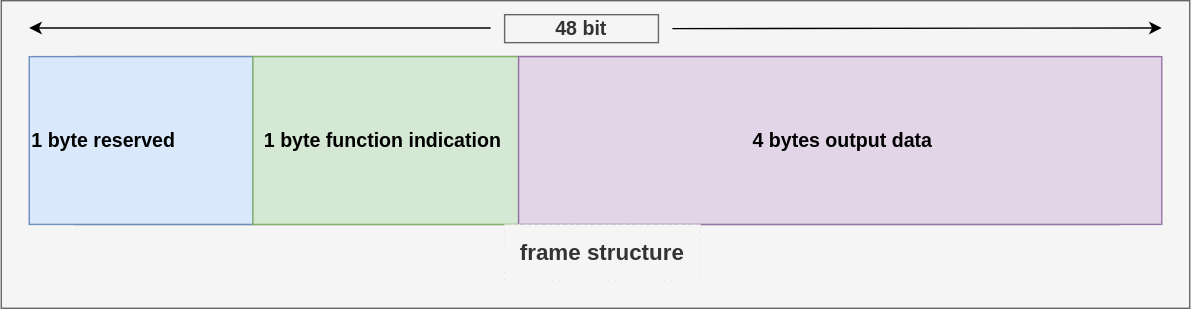
Before: images/output_data_frame_structure.svg, a diagram exported from draw.io (vicharak-in/cordic). Source tidied: cells renumbered, new cells last; positions are measured from the earlier drawing's top-left corner, leaving out a move shared by most shapes. The source it was exported from:
```xml
<mxGraphModel>
  <root>
    <mxCell id="0" />
    <mxCell id="1" parent="0" />
    <mxCell id="2" value="&lt;div&gt;&lt;br&gt;&lt;/div&gt;&lt;div&gt;&lt;br&gt;&lt;/div&gt;&lt;div&gt;&lt;br&gt;&lt;/div&gt;&lt;div&gt;&lt;br&gt;&lt;/div&gt;&lt;div&gt;&lt;br&gt;&lt;/div&gt;&lt;div&gt;&lt;br&gt;&lt;/div&gt;&lt;div&gt;&lt;br&gt;&lt;/div&gt;&lt;div&gt;&lt;br&gt;&lt;/div&gt;&lt;div&gt;frame structure&lt;/div&gt;&lt;div&gt;&lt;br&gt;&lt;/div&gt;" style="rounded=0;whiteSpace=wrap;html=1;fillColor=#f5f5f5;fontColor=#333333;strokeColor=#666666;fontSize=16;fontStyle=1;" parent="1" vertex="1">
      <mxGeometry width="850" height="220" as="geometry" />
    </mxCell>
    <mxCell id="3" style="rounded=0;whiteSpace=wrap;html=1;" parent="1" vertex="1">
      <mxGeometry x="53" y="40" width="747" height="120" as="geometry" />
    </mxCell>
    <mxCell id="4" value="1 byte reserved" style="rounded=0;whiteSpace=wrap;html=1;fillColor=#dae8fc;strokeColor=#6c8ebf;fontSize=14;fontStyle=1;align=left;" parent="1" vertex="1">
      <mxGeometry x="20" y="40" width="160" height="120" as="geometry" />
    </mxCell>
    <mxCell id="5" value="1 byte function indication&amp;nbsp;" style="rounded=0;whiteSpace=wrap;html=1;fillColor=#d5e8d4;strokeColor=#82b366;fontSize=14;fontStyle=1;" parent="1" vertex="1">
      <mxGeometry x="180" y="40" width="190" height="120" as="geometry" />
    </mxCell>
    <mxCell id="6" value="&amp;nbsp;&lt;b&gt;4 bytes output data&lt;/b&gt;" style="rounded=0;whiteSpace=wrap;html=1;fillColor=#e1d5e7;strokeColor=#9673a6;fontSize=14;" parent="1" vertex="1">
      <mxGeometry x="370" y="40" width="460" height="120" as="geometry" />
    </mxCell>
    <mxCell id="7" style="endArrow=classic;html=1;rounded=0;strokeWidth=1;" parent="1" edge="1">
      <mxGeometry relative="1" as="geometry">
        <mxPoint x="480" y="20" as="sourcePoint" />
        <mxPoint x="830" y="19.5" as="targetPoint" />
        <Array as="points">
          <mxPoint x="830" y="19.5" />
        </Array>
      </mxGeometry>
    </mxCell>
    <mxCell id="8" style="endArrow=classic;html=1;rounded=0;strokeWidth=1;" parent="1" edge="1">
      <mxGeometry relative="1" as="geometry">
        <mxPoint x="350" y="19.5" as="sourcePoint" />
        <mxPoint x="20" y="19.5" as="targetPoint" />
        <Array as="points">
          <mxPoint x="190" y="19.5" />
          <mxPoint x="20" y="19.5" />
        </Array>
      </mxGeometry>
    </mxCell>
    <mxCell id="9" value="&lt;b&gt;&lt;font style=&quot;font-size: 14px;&quot;&gt;48 bit&lt;/font&gt;&lt;/b&gt;" style="rounded=0;whiteSpace=wrap;html=1;fillColor=#f5f5f5;fontColor=#333333;strokeColor=#666666;" parent="1" vertex="1">
      <mxGeometry x="360" y="10" width="110" height="20" as="geometry" />
    </mxCell>
    <mxCell id="10" value="frame structure" style="rounded=0;whiteSpace=wrap;html=1;fillColor=#f5f5f5;fontColor=#333333;strokeColor=#E6E6E6;fontSize=16;fontStyle=1;labelBorderColor=none;dashed=1;dashPattern=1 4;" parent="1" vertex="1">
      <mxGeometry x="360" y="160" width="140" height="40" as="geometry" />
    </mxCell>
  </root>
</mxGraphModel>
```
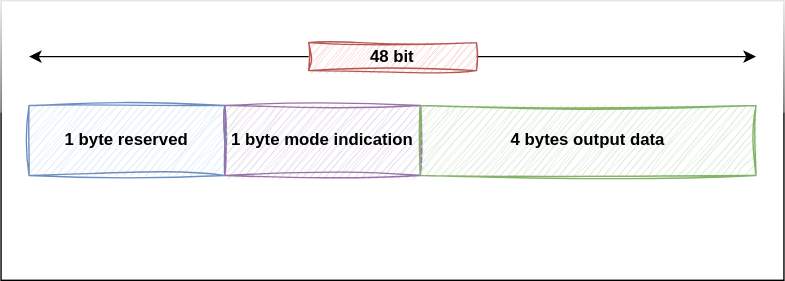
Later version of the same file.

Diff of the diagram source:
```diff
@@ -2,45 +2,30 @@
   <root>
     <mxCell id="0" />
     <mxCell id="1" parent="0" />
-    <mxCell id="2" value="&lt;div&gt;&lt;br&gt;&lt;/div&gt;&lt;div&gt;&lt;br&gt;&lt;/div&gt;&lt;div&gt;&lt;br&gt;&lt;/div&gt;&lt;div&gt;&lt;br&gt;&lt;/div&gt;&lt;div&gt;&lt;br&gt;&lt;/div&gt;&lt;div&gt;&lt;br&gt;&lt;/div&gt;&lt;div&gt;&lt;br&gt;&lt;/div&gt;&lt;div&gt;&lt;br&gt;&lt;/div&gt;&lt;div&gt;frame structure&lt;/div&gt;&lt;div&gt;&lt;br&gt;&lt;/div&gt;" style="rounded=0;whiteSpace=wrap;html=1;fillColor=#f5f5f5;fontColor=#333333;strokeColor=#666666;fontSize=16;fontStyle=1;" parent="1" vertex="1">
-      <mxGeometry width="850" height="220" as="geometry" />
-    </mxCell>
-    <mxCell id="3" style="rounded=0;whiteSpace=wrap;html=1;" parent="1" vertex="1">
-      <mxGeometry x="53" y="40" width="747" height="120" as="geometry" />
-    </mxCell>
+    <mxCell id="11" style="rounded=0;whiteSpace=wrap;html=1;gradientColor=none;fillColor=#FFFFFF;glass=1;" parent="1" vertex="1">
+      <mxGeometry x="120" y="50" width="560" height="200" as="geometry" />
+    </mxCell>
-    <mxCell id="4" value="1 byte reserved" style="rounded=0;whiteSpace=wrap;html=1;fillColor=#dae8fc;strokeColor=#6c8ebf;fontSize=14;fontStyle=1;align=left;" parent="1" vertex="1">
-      <mxGeometry x="20" y="40" width="160" height="120" as="geometry" />
+    <mxCell id="4" value="1 byte reserved" style="rounded=0;whiteSpace=wrap;html=1;sketch=1;curveFitting=1;jiggle=2;fillColor=#dae8fc;strokeColor=#6c8ebf;fontStyle=1;" parent="1" vertex="1">
+      <mxGeometry x="140" y="125" width="140" height="50" as="geometry" />
     </mxCell>
-    <mxCell id="5" value="1 byte function indication&amp;nbsp;" style="rounded=0;whiteSpace=wrap;html=1;fillColor=#d5e8d4;strokeColor=#82b366;fontSize=14;fontStyle=1;" parent="1" vertex="1">
-      <mxGeometry x="180" y="40" width="190" height="120" as="geometry" />
-    </mxCell>
+    <mxCell id="12" value="1 byte mode indication" style="rounded=0;whiteSpace=wrap;html=1;fillColor=#e1d5e7;strokeColor=#9673a6;sketch=1;curveFitting=1;jiggle=2;fontStyle=1;" parent="1" vertex="1">
+      <mxGeometry x="280" y="125" width="140" height="50" as="geometry" />
+    </mxCell>
-    <mxCell id="6" value="&amp;nbsp;&lt;b&gt;4 bytes output data&lt;/b&gt;" style="rounded=0;whiteSpace=wrap;html=1;fillColor=#e1d5e7;strokeColor=#9673a6;fontSize=14;" parent="1" vertex="1">
-      <mxGeometry x="370" y="40" width="460" height="120" as="geometry" />
+    <mxCell id="6" value="4 bytes output data" style="rounded=0;whiteSpace=wrap;html=1;fillColor=#d5e8d4;strokeColor=#82b366;fontStyle=1;sketch=1;curveFitting=1;jiggle=2;" parent="1" vertex="1">
+      <mxGeometry x="420" y="125" width="240" height="50" as="geometry" />
     </mxCell>
-    <mxCell id="7" style="endArrow=classic;html=1;rounded=0;strokeWidth=1;" parent="1" edge="1">
-      <mxGeometry relative="1" as="geometry">
-        <mxPoint x="480" y="20" as="sourcePoint" />
-        <mxPoint x="830" y="19.5" as="targetPoint" />
-        <Array as="points">
-          <mxPoint x="830" y="19.5" />
-        </Array>
-      </mxGeometry>
-    </mxCell>
-    <mxCell id="8" style="endArrow=classic;html=1;rounded=0;strokeWidth=1;" parent="1" edge="1">
-      <mxGeometry relative="1" as="geometry">
-        <mxPoint x="350" y="19.5" as="sourcePoint" />
-        <mxPoint x="20" y="19.5" as="targetPoint" />
-        <Array as="points">
-          <mxPoint x="190" y="19.5" />
-          <mxPoint x="20" y="19.5" />
-        </Array>
-      </mxGeometry>
-    </mxCell>
+    <mxCell id="13" style="endArrow=classic;html=1;rounded=0;exitX=1;exitY=0.5;exitDx=0;exitDy=0;" parent="1" edge="1" source="9">
+      <mxGeometry relative="1" as="geometry">
+        <mxPoint x="660" y="90" as="targetPoint" />
+      </mxGeometry>
+    </mxCell>
+    <mxCell id="14" style="endArrow=classic;html=1;rounded=0;" parent="1" edge="1" source="9">
+      <mxGeometry relative="1" as="geometry">
+        <mxPoint x="140" y="90" as="targetPoint" />
+      </mxGeometry>
+    </mxCell>
-    <mxCell id="9" value="&lt;b&gt;&lt;font style=&quot;font-size: 14px;&quot;&gt;48 bit&lt;/font&gt;&lt;/b&gt;" style="rounded=0;whiteSpace=wrap;html=1;fillColor=#f5f5f5;fontColor=#333333;strokeColor=#666666;" parent="1" vertex="1">
-      <mxGeometry x="360" y="10" width="110" height="20" as="geometry" />
+    <mxCell id="9" value="48 bit" style="rounded=0;whiteSpace=wrap;html=1;fontStyle=1;fillColor=#f8cecc;strokeColor=#b85450;sketch=1;curveFitting=1;jiggle=2;" parent="1" vertex="1">
+      <mxGeometry x="340" y="80" width="120" height="20" as="geometry" />
     </mxCell>
-    <mxCell id="10" value="frame structure" style="rounded=0;whiteSpace=wrap;html=1;fillColor=#f5f5f5;fontColor=#333333;strokeColor=#E6E6E6;fontSize=16;fontStyle=1;labelBorderColor=none;dashed=1;dashPattern=1 4;" parent="1" vertex="1">
-      <mxGeometry x="360" y="160" width="140" height="40" as="geometry" />
-    </mxCell>
   </root>
 </mxGraphModel>
```
